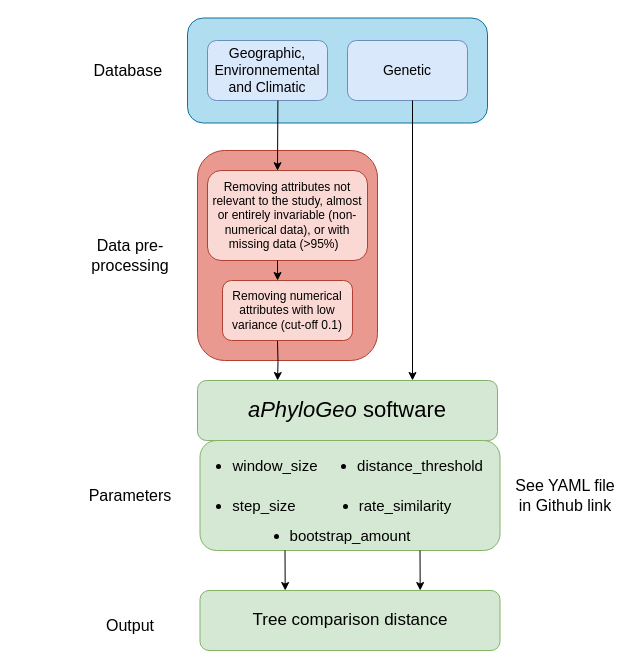
The draw.io diagram papers/Gagnon_Kebe_Tahiri/diagram.drawio in scipy-conference/scipy_proceedings, before the edit. Source tidied: cells renumbered, new cells numbered last; positions are measured from the earlier drawing's top-left corner, leaving out a move shared by most shapes. Both pictures are drawn from the tidied source at 100%, with x=0, y=0 at pixel (59, 18).
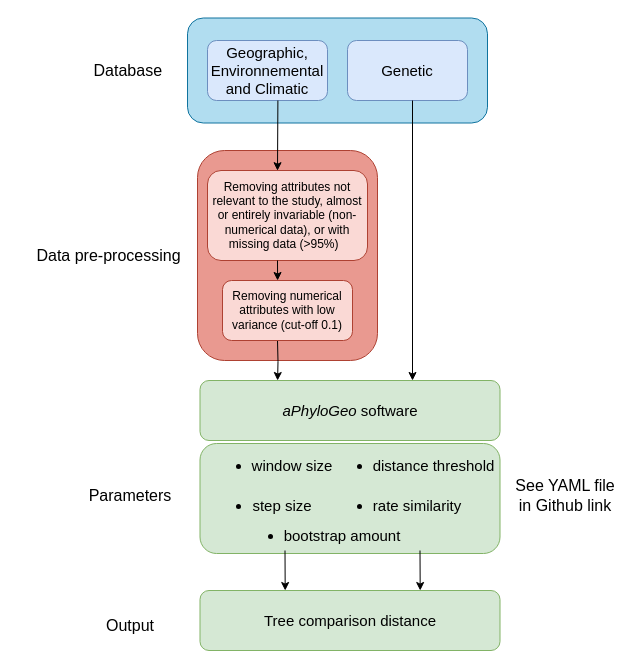
Above is the later version.

What changed in the source:
```diff
@@
-    <mxCell id="4" value="&lt;font style=&quot;font-size: 14px;&quot;&gt;Geographic, Environnemental and Climatic&lt;/font&gt;" style="rounded=1;whiteSpace=wrap;html=1;fillColor=#dae8fc;strokeColor=#6c8ebf;" parent="1" vertex="1">
+    <mxCell id="4" value="&lt;font style=&quot;font-size: 15px;&quot;&gt;Geographic, Environnemental and Climatic&lt;/font&gt;" style="rounded=1;whiteSpace=wrap;html=1;fillColor=#dae8fc;strokeColor=#6c8ebf;" parent="1" vertex="1">
       <mxGeometry x="148" y="22" width="120" height="60" as="geometry" />
     </mxCell>
-    <mxCell id="5" value="&lt;font style=&quot;font-size: 14px;&quot;&gt;Genetic&lt;/font&gt;" style="rounded=1;whiteSpace=wrap;html=1;fillColor=#dae8fc;strokeColor=#6c8ebf;" parent="1" vertex="1">
+    <mxCell id="5" value="&lt;font style=&quot;font-size: 15px;&quot;&gt;Genetic&lt;/font&gt;" style="rounded=1;whiteSpace=wrap;html=1;fillColor=#dae8fc;strokeColor=#6c8ebf;" parent="1" vertex="1">
       <mxGeometry x="288" y="22" width="120" height="60" as="geometry" />
     </mxCell>
@@
-    <mxCell id="11" value="&lt;font style=&quot;font-size: 22px;&quot;&gt;&lt;i&gt;aPhyloGeo&lt;/i&gt; software&lt;/font&gt;" style="rounded=1;whiteSpace=wrap;html=1;fillColor=#d5e8d4;strokeColor=#82b366;" parent="1" vertex="1">
-      <mxGeometry x="138" y="362" width="300" height="60" as="geometry" />
+    <mxCell id="11" value="&lt;font style=&quot;font-size: 15px;&quot;&gt;&lt;i&gt;aPhyloGeo&lt;/i&gt; software&lt;/font&gt;" style="rounded=1;whiteSpace=wrap;html=1;fillColor=#d5e8d4;strokeColor=#82b366;" parent="1" vertex="1">
+      <mxGeometry x="140.5" y="362" width="300" height="60" as="geometry" />
     </mxCell>
@@
     <mxCell id="13" value="&lt;div style=&quot;margin-top: 0px; margin-bottom: 0px; padding-left: 0px; padding-right: 0px;&quot;&gt;&lt;br&gt;&lt;/div&gt;" style="rounded=1;whiteSpace=wrap;html=1;align=center;fillColor=#d5e8d4;strokeColor=#82b366;" parent="1" vertex="1">
-      <mxGeometry x="140.5" y="422" width="300" height="110" as="geometry" />
+      <mxGeometry x="140.5" y="425" width="300" height="110" as="geometry" />
     </mxCell>
-    <mxCell id="14" value="&lt;ul&gt;&lt;li&gt;&lt;font style=&quot;font-size: 15px;&quot;&gt;window_size&lt;/font&gt;&lt;/li&gt;&lt;/ul&gt;" style="text;html=1;align=center;verticalAlign=middle;whiteSpace=wrap;rounded=0;fontSize=16;" parent="1" vertex="1">
-      <mxGeometry x="165.5" y="432" width="60" height="30" as="geometry" />
+    <mxCell id="14" value="&lt;ul&gt;&lt;li&gt;&lt;font style=&quot;font-size: 15px;&quot;&gt;window size&lt;/font&gt;&lt;/li&gt;&lt;/ul&gt;" style="text;html=1;align=center;verticalAlign=middle;whiteSpace=wrap;rounded=0;fontSize=16;" parent="1" vertex="1">
+      <mxGeometry x="148" y="432" width="130" height="30" as="geometry" />
     </mxCell>
-    <mxCell id="15" value="&lt;ul&gt;&lt;li&gt;&lt;font style=&quot;font-size: 15px;&quot;&gt;step_size&lt;/font&gt;&lt;/li&gt;&lt;/ul&gt;" style="text;html=1;align=center;verticalAlign=middle;whiteSpace=wrap;rounded=0;fontSize=16;" parent="1" vertex="1">
-      <mxGeometry x="154.5" y="472" width="60" height="30" as="geometry" />
+    <mxCell id="15" value="&lt;ul&gt;&lt;li&gt;&lt;font style=&quot;font-size: 15px;&quot;&gt;step size&lt;/font&gt;&lt;/li&gt;&lt;/ul&gt;" style="text;html=1;align=center;verticalAlign=middle;whiteSpace=wrap;rounded=0;fontSize=16;" parent="1" vertex="1">
+      <mxGeometry x="148" y="472" width="110" height="30" as="geometry" />
     </mxCell>
-    <mxCell id="16" value="&lt;ul&gt;&lt;li&gt;&lt;font style=&quot;font-size: 15px;&quot;&gt;distance_threshold&lt;/font&gt;&lt;/li&gt;&lt;/ul&gt;" style="text;html=1;align=center;verticalAlign=middle;whiteSpace=wrap;rounded=0;fontSize=16;" parent="1" vertex="1">
-      <mxGeometry x="310.5" y="432" width="60" height="30" as="geometry" />
+    <mxCell id="16" value="&lt;ul&gt;&lt;li&gt;&lt;font style=&quot;font-size: 15px;&quot;&gt;distance threshold&lt;/font&gt;&lt;/li&gt;&lt;/ul&gt;" style="text;html=1;align=center;verticalAlign=middle;whiteSpace=wrap;rounded=0;fontSize=16;" parent="1" vertex="1">
+      <mxGeometry x="268" y="432" width="172.5" height="30" as="geometry" />
     </mxCell>
-    <mxCell id="17" value="&lt;ul&gt;&lt;li&gt;&lt;font style=&quot;font-size: 15px;&quot;&gt;rate_similarity&lt;/font&gt;&lt;/li&gt;&lt;/ul&gt;" style="text;html=1;align=center;verticalAlign=middle;whiteSpace=wrap;rounded=0;fontSize=16;" parent="1" vertex="1">
-      <mxGeometry x="295.5" y="472" width="60" height="30" as="geometry" />
+    <mxCell id="17" value="&lt;ul&gt;&lt;li&gt;&lt;font style=&quot;font-size: 15px;&quot;&gt;rate similarity&lt;/font&gt;&lt;/li&gt;&lt;/ul&gt;" style="text;html=1;align=center;verticalAlign=middle;whiteSpace=wrap;rounded=0;fontSize=16;" parent="1" vertex="1">
+      <mxGeometry x="263" y="472" width="150" height="30" as="geometry" />
     </mxCell>
-    <mxCell id="18" value="&lt;ul&gt;&lt;li&gt;&lt;font style=&quot;font-size: 15px;&quot;&gt;bootstrap_amount&lt;/font&gt;&lt;/li&gt;&lt;/ul&gt;" style="text;html=1;align=center;verticalAlign=middle;whiteSpace=wrap;rounded=0;fontSize=16;" parent="1" vertex="1">
-      <mxGeometry x="240.5" y="502" width="60" height="30" as="geometry" />
+    <mxCell id="18" value="&lt;ul&gt;&lt;li&gt;&lt;font style=&quot;font-size: 15px;&quot;&gt;bootstrap amount&lt;/font&gt;&lt;/li&gt;&lt;/ul&gt;" style="text;html=1;align=center;verticalAlign=middle;whiteSpace=wrap;rounded=0;fontSize=16;" parent="1" vertex="1">
+      <mxGeometry x="158" y="502" width="210" height="30" as="geometry" />
     </mxCell>
@@
-    <mxCell id="21" value="&lt;font style=&quot;font-size: 17px;&quot;&gt;Tree comparison distance&lt;/font&gt;" style="rounded=1;whiteSpace=wrap;html=1;fillColor=#d5e8d4;strokeColor=#82b366;" parent="1" vertex="1">
+    <mxCell id="21" value="&lt;font style=&quot;font-size: 15px;&quot;&gt;Tree comparison distance&lt;/font&gt;" style="rounded=1;whiteSpace=wrap;html=1;fillColor=#d5e8d4;strokeColor=#82b366;" parent="1" vertex="1">
       <mxGeometry x="140.5" y="572" width="300" height="60" as="geometry" />
     </mxCell>
@@
     <mxCell id="23" value="Data pre-processing" style="text;html=1;align=center;verticalAlign=middle;whiteSpace=wrap;rounded=0;fontSize=16;" parent="1" vertex="1">
-      <mxGeometry x="0.5" y="212" width="140" height="50" as="geometry" />
+      <mxGeometry x="-42" y="212" width="182.5" height="50" as="geometry" />
     </mxCell>
```
